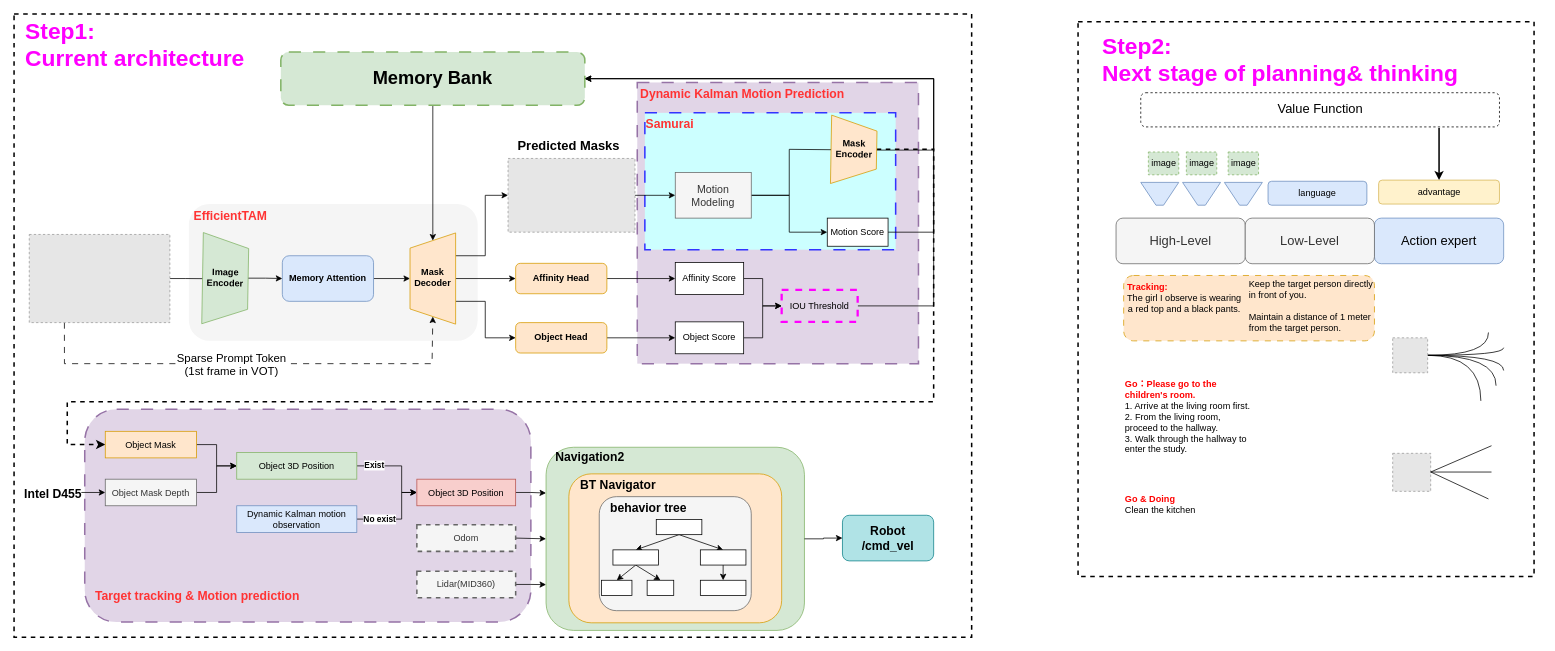
mailonghua/drawio keeps this draw.io diagram as WorkSpace/ObjectTrack/2025-trackArch.drawio. Above is the earlier version. Source tidied: cells renumbered, new cells numbered last; positions are measured from the earlier drawing's top-left corner, leaving out a move shared by most shapes. Both pictures are drawn from the tidied source at 76%, with x=0, y=0 at pixel (14, 14). Pictures stored in the file or linked from it are replaced by grey dashed boxes.
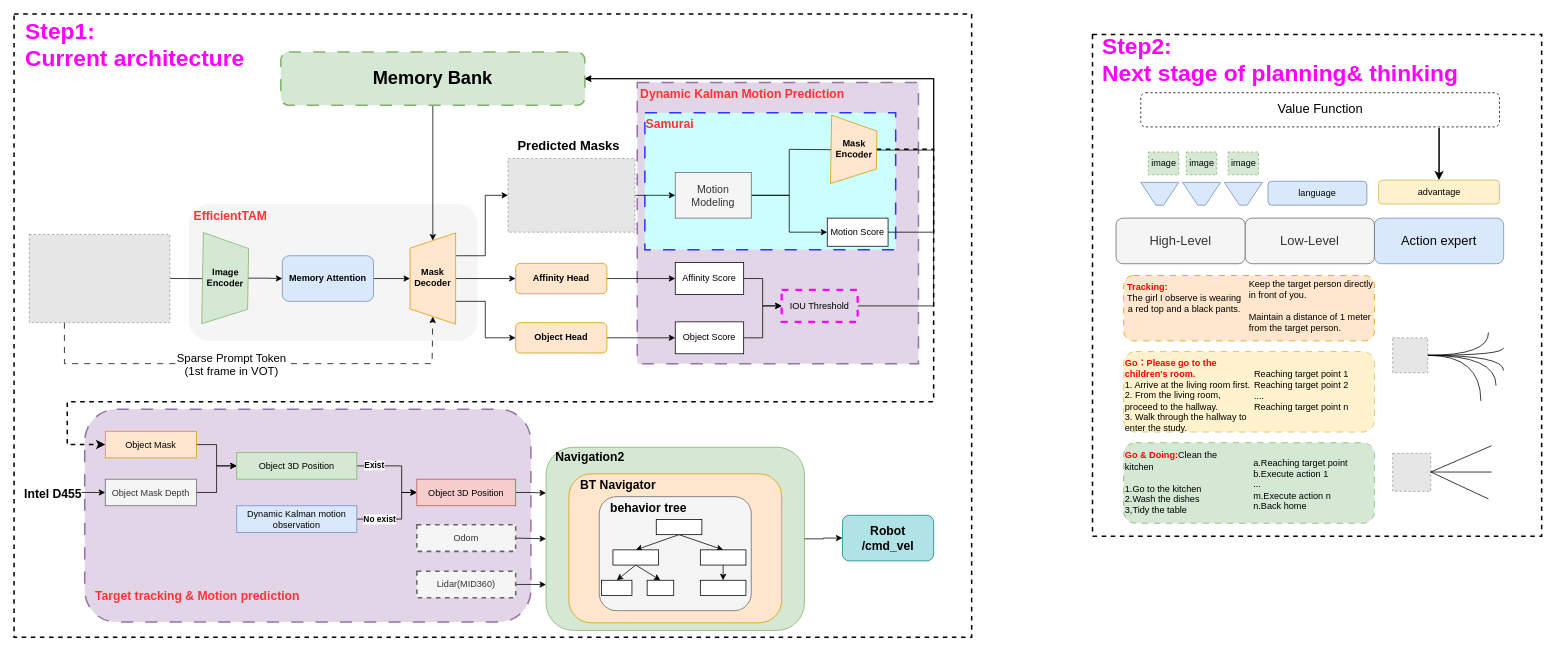
The same diagram, later.

Change to the diagram source:
```diff
@@
     <mxCell id="2" style="rounded=0;whiteSpace=wrap;html=1;fillColor=none;strokeWidth=2;dashed=1;" parent="1" vertex="1">
-      <mxGeometry x="1400" y="10" width="600" height="730" as="geometry" />
+      <mxGeometry x="1419" y="27" width="591" height="660" as="geometry" />
     </mxCell>
+    <mxCell id="118" style="rounded=1;whiteSpace=wrap;html=1;dashed=1;dashPattern=8 8;strokeWidth=1;fillColor=#d5e8d4;strokeColor=#82b366;" parent="1" vertex="1">
+      <mxGeometry x="1460" y="564" width="330" height="106" as="geometry" />
+    </mxCell>
+    <mxCell id="119" style="rounded=1;whiteSpace=wrap;html=1;dashed=1;dashPattern=8 8;strokeWidth=1;fillColor=#fff2cc;strokeColor=#d6b656;" parent="1" vertex="1">
+      <mxGeometry x="1460" y="444" width="330" height="106" as="geometry" />
+    </mxCell>
@@
-    <mxCell id="116" value="&lt;b&gt;&lt;font style=&quot;color: light-dark(rgb(255, 0, 0), rgb(255, 255, 255));&quot;&gt;Go &amp;amp; Doing&lt;/font&gt;&lt;/b&gt;&lt;br&gt;Clean the kitchen" style="text;html=1;whiteSpace=wrap;strokeColor=none;fillColor=none;align=left;verticalAlign=middle;rounded=0;" parent="1" vertex="1">
-      <mxGeometry x="1460" y="629.5" width="150" height="30" as="geometry" />
+    <mxCell id="116" value="&lt;b&gt;&lt;font style=&quot;color: light-dark(rgb(255, 0, 0), rgb(255, 255, 255));&quot;&gt;Go &amp;amp; Doing:&lt;/font&gt;&lt;/b&gt;Clean the kitchen&lt;br&gt;&lt;br&gt;&lt;div&gt;1.Go to the kitchen&lt;/div&gt;&lt;div&gt;2.Wash the dishes&lt;/div&gt;&lt;div&gt;3,Tidy the table&lt;/div&gt;" style="text;html=1;whiteSpace=wrap;strokeColor=none;fillColor=none;align=left;verticalAlign=middle;rounded=0;" parent="1" vertex="1">
+      <mxGeometry x="1460" y="569" width="150" height="96" as="geometry" />
     </mxCell>
     <mxCell id="117" value="&lt;font style=&quot;&quot;&gt;&lt;font style=&quot;color: light-dark(rgb(255, 0, 0), rgb(255, 255, 255));&quot;&gt;&lt;font style=&quot;font-weight: bold;&quot;&gt;Go：&lt;/font&gt;&lt;b&gt;Please go to the children's room.&lt;/b&gt;&lt;/font&gt;&lt;br&gt;&lt;div&gt;1. Arrive at the living room first.&lt;/div&gt;&lt;div&gt;2. From the living room, proceed to the hallway.&lt;/div&gt;&lt;div&gt;3. Walk through the hallway to enter the study.&lt;/div&gt;&lt;/font&gt;" style="text;html=1;whiteSpace=wrap;strokeColor=none;fillColor=none;align=left;verticalAlign=middle;rounded=0;" parent="1" vertex="1">
-      <mxGeometry x="1460" y="479" width="170" height="101" as="geometry" />
+      <mxGeometry x="1460" y="451" width="170" height="101" as="geometry" />
     </mxCell>
+    <mxCell id="120" value="Reaching target point 1 Reaching target point 2&lt;br&gt;....&lt;br&gt;Reaching target point n" style="text;html=1;whiteSpace=wrap;strokeColor=none;fillColor=none;align=left;verticalAlign=middle;rounded=0;" parent="1" vertex="1">
+      <mxGeometry x="1630" y="460" width="172.5" height="70" as="geometry" />
+    </mxCell>
+    <mxCell id="121" value="&lt;div&gt;a.Reaching target point&amp;nbsp;&lt;/div&gt;&lt;div&gt;b.Execute action 1&lt;br&gt;...&lt;br&gt;m.Execute action n&lt;br&gt;n.Back home&lt;/div&gt;" style="text;html=1;whiteSpace=wrap;strokeColor=none;fillColor=none;align=left;verticalAlign=middle;rounded=0;" parent="1" vertex="1">
+      <mxGeometry x="1628.8" y="583.5" width="151.2" height="70" as="geometry" />
+    </mxCell>
```
